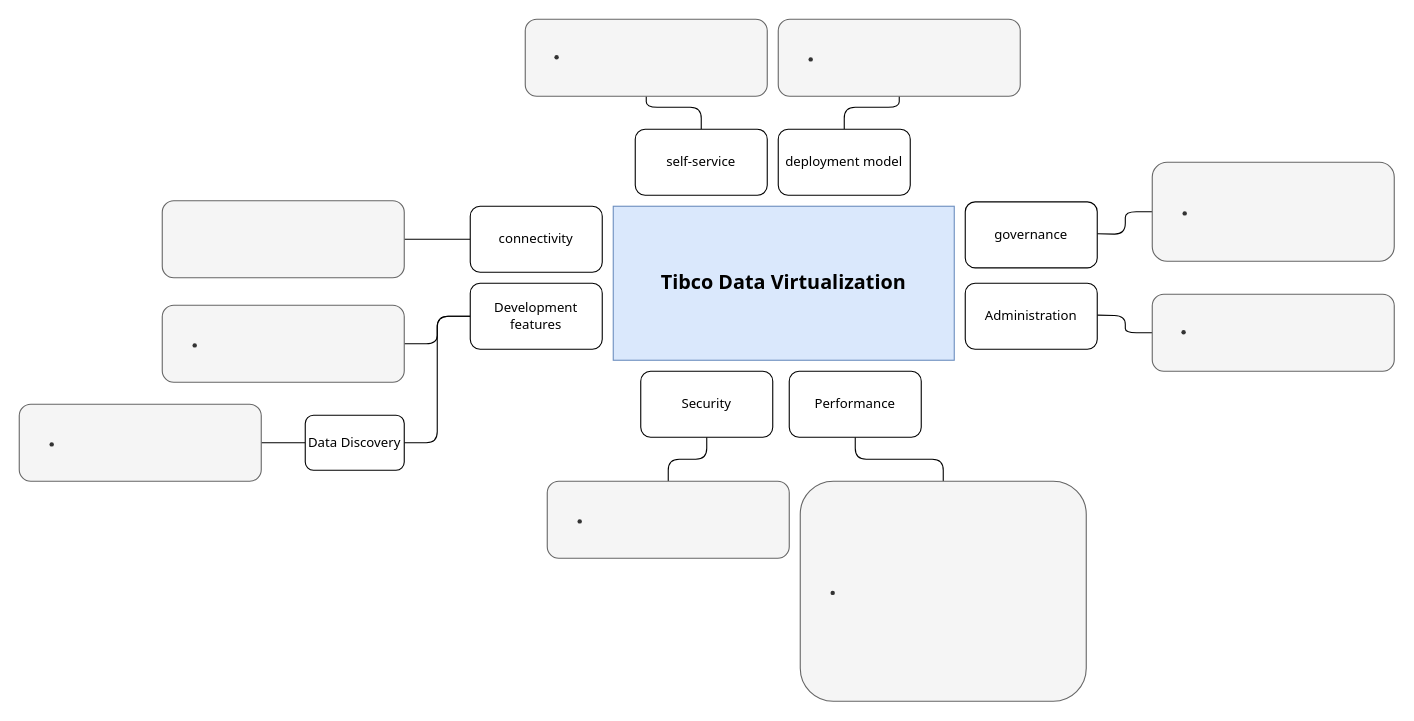
The draw.io diagram page "cp4d" (2 of 3) of data virtualization.drawio in kanchantewary/MindMaps, before the edit. Source tidied: cells renumbered, new cells numbered last; positions are measured from the earlier drawing's top-left corner, leaving out a move shared by most shapes. Both pictures are drawn from the tidied source at 110%, with x=0, y=0 at pixel (19, 19).
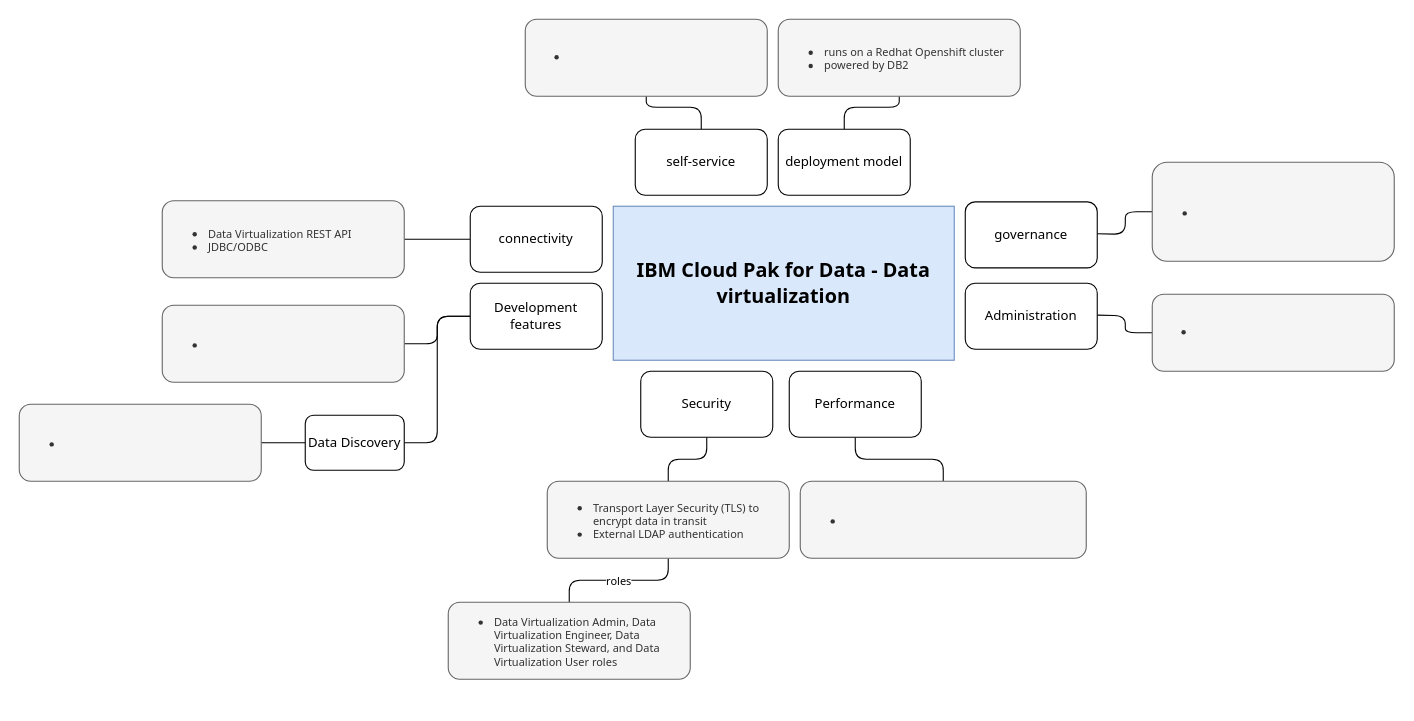
The same page after the edit.

What changed in the source:
```diff
@@
-    <mxCell id="2" value="&lt;h2&gt;&lt;font face=&quot;Tahoma&quot;&gt;Tibco Data Virtualization&lt;/font&gt;&lt;/h2&gt;" style="rounded=0;whiteSpace=wrap;html=1;fillColor=#dae8fc;strokeColor=#6c8ebf;" parent="1" vertex="1">
+    <mxCell id="2" value="&lt;h2&gt;&lt;font face=&quot;Tahoma&quot;&gt;IBM Cloud Pak for Data - Data virtualization&lt;/font&gt;&lt;/h2&gt;" style="rounded=0;whiteSpace=wrap;html=1;fillColor=#dae8fc;strokeColor=#6c8ebf;" parent="1" vertex="1">
       <mxGeometry x="540" y="170" width="310" height="140" as="geometry" />
     </mxCell>
@@
     <mxCell id="9" value="&lt;ul style=&quot;font-size: 10px&quot;&gt;&lt;li style=&quot;font-size: 10px&quot;&gt;&lt;br&gt;&lt;/li&gt;&lt;/ul&gt;" style="rounded=1;whiteSpace=wrap;html=1;fontFamily=Tahoma;fillColor=#f5f5f5;fontColor=#333333;strokeColor=#666666;align=left;fontSize=10;" parent="1" vertex="1">
-      <mxGeometry x="710" y="420" width="260" height="200" as="geometry" />
+      <mxGeometry x="710" y="420" width="260" height="70" as="geometry" />
     </mxCell>
@@
-    <mxCell id="14" value="&lt;ul style=&quot;font-size: 10px&quot;&gt;&lt;li style=&quot;font-size: 10px&quot;&gt;&lt;br&gt;&lt;/li&gt;&lt;/ul&gt;" style="rounded=1;whiteSpace=wrap;html=1;fontFamily=Tahoma;fillColor=#f5f5f5;fontColor=#333333;strokeColor=#666666;align=left;fontSize=10;" parent="1" vertex="1">
+    <mxCell id="14" value="&lt;ul style=&quot;font-size: 10px&quot;&gt;&lt;li style=&quot;font-size: 10px&quot;&gt;runs on a Redhat Openshift cluster&lt;/li&gt;&lt;li style=&quot;font-size: 10px&quot;&gt;powered by DB2&lt;/li&gt;&lt;/ul&gt;" style="rounded=1;whiteSpace=wrap;html=1;fontFamily=Tahoma;fillColor=#f5f5f5;fontColor=#333333;strokeColor=#666666;align=left;fontSize=10;" parent="1" vertex="1">
       <mxGeometry x="690" width="220" height="70" as="geometry" />
     </mxCell>
@@
+    <mxCell id="31" value="roles" style="edgeStyle=orthogonalEdgeStyle;rounded=1;jettySize=auto;html=1;fontFamily=Tahoma;fontSize=10;endArrow=none;endFill=0;" parent="1" edge="1" source="16" target="32">
+      <mxGeometry relative="1" as="geometry" />
+    </mxCell>
-    <mxCell id="16" value="&lt;ul style=&quot;font-size: 10px&quot;&gt;&lt;li style=&quot;font-size: 10px&quot;&gt;&lt;br&gt;&lt;/li&gt;&lt;/ul&gt;" style="rounded=1;whiteSpace=wrap;html=1;fontFamily=Tahoma;fillColor=#f5f5f5;fontColor=#333333;strokeColor=#666666;align=left;fontSize=10;" parent="1" vertex="1">
+    <mxCell id="16" value="&lt;ul&gt;&lt;li&gt;Transport Layer Security (TLS) to encrypt data in transit&lt;br&gt;&lt;/li&gt;&lt;li&gt;External LDAP authentication&lt;/li&gt;&lt;/ul&gt;" style="rounded=1;whiteSpace=wrap;html=1;fontFamily=Tahoma;fillColor=#f5f5f5;fontColor=#333333;strokeColor=#666666;align=left;fontSize=10;" parent="1" vertex="1">
       <mxGeometry x="480" y="420" width="220" height="70" as="geometry" />
     </mxCell>
-    <mxCell id="17" style="rounded=1;whiteSpace=wrap;html=1;fontFamily=Tahoma;fillColor=#f5f5f5;fontColor=#333333;strokeColor=#666666;fontSize=10;" parent="1" vertex="1">
+    <mxCell id="17" value="&lt;ul&gt;&lt;li&gt;Data Virtualization REST API&amp;nbsp;&lt;/li&gt;&lt;li&gt;JDBC/ODBC&lt;/li&gt;&lt;/ul&gt;" style="rounded=1;whiteSpace=wrap;html=1;fontFamily=Tahoma;fillColor=#f5f5f5;fontColor=#333333;strokeColor=#666666;fontSize=10;align=left;" parent="1" vertex="1">
       <mxGeometry x="130" y="165" width="220" height="70" as="geometry" />
     </mxCell>
@@
+    <mxCell id="32" value="&lt;ul&gt;&lt;li&gt;Data Virtualization Admin, Data Virtualization Engineer, Data Virtualization Steward, and Data Virtualization User roles&lt;br&gt;&lt;/li&gt;&lt;/ul&gt;" style="rounded=1;whiteSpace=wrap;html=1;fontFamily=Tahoma;fillColor=#f5f5f5;fontColor=#333333;strokeColor=#666666;align=left;fontSize=10;" parent="1" vertex="1">
+      <mxGeometry x="390" y="530" width="220" height="70" as="geometry" />
+    </mxCell>
```
